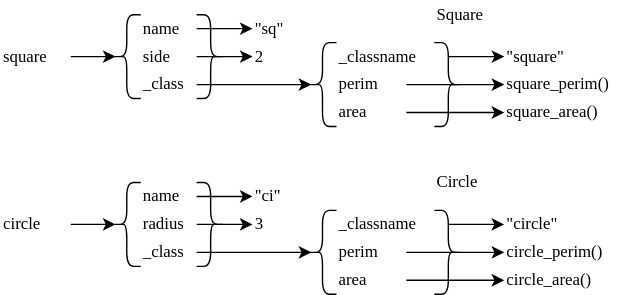
The draw.io diagram sdxpy/oop/shapes_class.svg in gvwilson/thirdbit, before a commit. Source tidied: cells renumbered, new cells last; positions are measured from the earlier drawing's top-left corner, leaving out a move shared by most shapes.
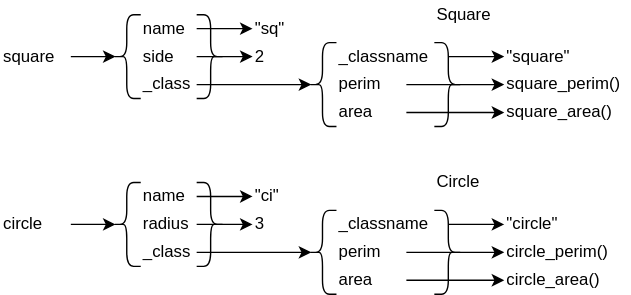
The same file after the commit.

The edit, as a diff of the source:
```diff
@@ -2,148 +2,148 @@
   <root>
     <mxCell id="0" />
     <mxCell id="1" parent="0" />
-    <mxCell id="2" value="name" style="text;html=1;strokeColor=none;fillColor=none;align=left;verticalAlign=middle;whiteSpace=wrap;rounded=0;fontFamily=Verdana;" parent="1" vertex="1">
+    <mxCell id="2" value="name" style="text;html=1;strokeColor=none;fillColor=none;align=left;verticalAlign=middle;whiteSpace=wrap;rounded=0;fontFamily=Helvetica;" parent="1" vertex="1">
       <mxGeometry x="100" y="10" width="40" height="20" as="geometry" />
     </mxCell>
-    <mxCell id="3" value="side" style="text;html=1;strokeColor=none;fillColor=none;align=left;verticalAlign=middle;whiteSpace=wrap;rounded=0;fontFamily=Verdana;" parent="1" vertex="1">
+    <mxCell id="3" value="side" style="text;html=1;strokeColor=none;fillColor=none;align=left;verticalAlign=middle;whiteSpace=wrap;rounded=0;fontFamily=Helvetica;" parent="1" vertex="1">
       <mxGeometry x="100" y="30" width="40" height="20" as="geometry" />
     </mxCell>
-    <mxCell id="4" value="perim" style="text;html=1;strokeColor=none;fillColor=none;align=left;verticalAlign=middle;whiteSpace=wrap;rounded=0;fontFamily=Verdana;" parent="1" vertex="1">
+    <mxCell id="4" value="perim" style="text;html=1;strokeColor=none;fillColor=none;align=left;verticalAlign=middle;whiteSpace=wrap;rounded=0;fontFamily=Helvetica;" parent="1" vertex="1">
       <mxGeometry x="240" y="50" width="50" height="20" as="geometry" />
     </mxCell>
-    <mxCell id="5" value="area" style="text;html=1;strokeColor=none;fillColor=none;align=left;verticalAlign=middle;whiteSpace=wrap;rounded=0;fontFamily=Verdana;" parent="1" vertex="1">
+    <mxCell id="5" value="area" style="text;html=1;strokeColor=none;fillColor=none;align=left;verticalAlign=middle;whiteSpace=wrap;rounded=0;fontFamily=Helvetica;" parent="1" vertex="1">
       <mxGeometry x="240" y="70" width="50" height="20" as="geometry" />
     </mxCell>
-    <mxCell id="6" style="shape=curlyBracket;whiteSpace=wrap;html=1;rounded=1;labelPosition=left;verticalLabelPosition=middle;align=right;verticalAlign=middle;fillColor=none;fontFamily=Verdana;" parent="1" vertex="1">
+    <mxCell id="6" style="shape=curlyBracket;whiteSpace=wrap;html=1;rounded=1;labelPosition=left;verticalLabelPosition=middle;align=right;verticalAlign=middle;fillColor=none;fontFamily=Helvetica;" parent="1" vertex="1">
       <mxGeometry x="80" y="10" width="20" height="60" as="geometry" />
     </mxCell>
-    <mxCell id="7" style="shape=curlyBracket;whiteSpace=wrap;html=1;rounded=1;flipH=1;labelPosition=right;verticalLabelPosition=middle;align=left;verticalAlign=middle;fillColor=none;fontFamily=Verdana;" parent="1" vertex="1">
+    <mxCell id="7" style="shape=curlyBracket;whiteSpace=wrap;html=1;rounded=1;flipH=1;labelPosition=right;verticalLabelPosition=middle;align=left;verticalAlign=middle;fillColor=none;fontFamily=Helvetica;" parent="1" vertex="1">
       <mxGeometry x="140" y="10" width="20" height="60" as="geometry" />
     </mxCell>
-    <mxCell id="8" value="square" style="text;html=1;strokeColor=none;fillColor=none;align=left;verticalAlign=middle;whiteSpace=wrap;rounded=0;fontFamily=Verdana;" parent="1" vertex="1">
+    <mxCell id="8" value="square" style="text;html=1;strokeColor=none;fillColor=none;align=left;verticalAlign=middle;whiteSpace=wrap;rounded=0;fontFamily=Helvetica;" parent="1" vertex="1">
       <mxGeometry y="30" width="50" height="20" as="geometry" />
     </mxCell>
-    <mxCell id="9" style="endArrow=classic;html=1;rounded=0;exitX=1;exitY=0.5;exitDx=0;exitDy=0;entryX=0.1;entryY=0.5;entryDx=0;entryDy=0;entryPerimeter=0;fontFamily=Verdana;" parent="1" edge="1" source="8" target="6">
+    <mxCell id="9" style="endArrow=classic;html=1;rounded=0;exitX=1;exitY=0.5;exitDx=0;exitDy=0;entryX=0.1;entryY=0.5;entryDx=0;entryDy=0;entryPerimeter=0;fontFamily=Helvetica;" parent="1" edge="1" source="8" target="6">
       <mxGeometry relative="1" as="geometry" />
     </mxCell>
-    <mxCell id="10" value="&quot;sq&quot;" style="text;html=1;strokeColor=none;fillColor=none;align=left;verticalAlign=middle;whiteSpace=wrap;rounded=0;fontFamily=Verdana;" parent="1" vertex="1">
+    <mxCell id="10" value="&quot;sq&quot;" style="text;html=1;strokeColor=none;fillColor=none;align=left;verticalAlign=middle;whiteSpace=wrap;rounded=0;fontFamily=Helvetica;" parent="1" vertex="1">
       <mxGeometry x="180" y="10" width="60" height="20" as="geometry" />
     </mxCell>
-    <mxCell id="11" value="2" style="text;html=1;strokeColor=none;fillColor=none;align=left;verticalAlign=middle;whiteSpace=wrap;rounded=0;fontFamily=Verdana;" parent="1" vertex="1">
+    <mxCell id="11" value="2" style="text;html=1;strokeColor=none;fillColor=none;align=left;verticalAlign=middle;whiteSpace=wrap;rounded=0;fontFamily=Helvetica;" parent="1" vertex="1">
       <mxGeometry x="180" y="30" width="60" height="20" as="geometry" />
     </mxCell>
-    <mxCell id="12" style="endArrow=classic;html=1;rounded=0;entryX=0;entryY=0.5;entryDx=0;entryDy=0;exitX=1;exitY=0.5;exitDx=0;exitDy=0;fontFamily=Verdana;" parent="1" edge="1" source="2" target="10">
+    <mxCell id="12" style="endArrow=classic;html=1;rounded=0;entryX=0;entryY=0.5;entryDx=0;entryDy=0;exitX=1;exitY=0.5;exitDx=0;exitDy=0;fontFamily=Helvetica;" parent="1" edge="1" source="2" target="10">
       <mxGeometry relative="1" as="geometry" />
     </mxCell>
-    <mxCell id="13" style="endArrow=classic;html=1;rounded=0;entryX=0;entryY=0.5;entryDx=0;entryDy=0;exitX=1;exitY=0.5;exitDx=0;exitDy=0;fontFamily=Verdana;" parent="1" edge="1" source="3" target="11">
+    <mxCell id="13" style="endArrow=classic;html=1;rounded=0;entryX=0;entryY=0.5;entryDx=0;entryDy=0;exitX=1;exitY=0.5;exitDx=0;exitDy=0;fontFamily=Helvetica;" parent="1" edge="1" source="3" target="11">
       <mxGeometry relative="1" as="geometry" />
     </mxCell>
-    <mxCell id="14" value="square_perim()" style="text;html=1;strokeColor=none;fillColor=none;align=left;verticalAlign=middle;whiteSpace=wrap;rounded=0;fontFamily=Verdana;" parent="1" vertex="1">
+    <mxCell id="14" value="square_perim()" style="text;html=1;strokeColor=none;fillColor=none;align=left;verticalAlign=middle;whiteSpace=wrap;rounded=0;fontFamily=Helvetica;" parent="1" vertex="1">
       <mxGeometry x="360" y="50" width="90" height="20" as="geometry" />
     </mxCell>
-    <mxCell id="15" value="square_area()" style="text;html=1;strokeColor=none;fillColor=none;align=left;verticalAlign=middle;whiteSpace=wrap;rounded=0;fontFamily=Verdana;" parent="1" vertex="1">
+    <mxCell id="15" value="square_area()" style="text;html=1;strokeColor=none;fillColor=none;align=left;verticalAlign=middle;whiteSpace=wrap;rounded=0;fontFamily=Helvetica;" parent="1" vertex="1">
       <mxGeometry x="360" y="70" width="90" height="20" as="geometry" />
     </mxCell>
-    <mxCell id="16" style="endArrow=classic;html=1;rounded=0;entryX=0;entryY=0.5;entryDx=0;entryDy=0;exitX=1;exitY=0.5;exitDx=0;exitDy=0;fontFamily=Verdana;" parent="1" edge="1" source="4" target="14">
+    <mxCell id="16" style="endArrow=classic;html=1;rounded=0;entryX=0;entryY=0.5;entryDx=0;entryDy=0;exitX=1;exitY=0.5;exitDx=0;exitDy=0;fontFamily=Helvetica;" parent="1" edge="1" source="4" target="14">
       <mxGeometry relative="1" as="geometry" />
     </mxCell>
-    <mxCell id="17" style="endArrow=classic;html=1;rounded=0;entryX=0;entryY=0.5;entryDx=0;entryDy=0;exitX=1;exitY=0.5;exitDx=0;exitDy=0;fontFamily=Verdana;" parent="1" edge="1" source="5" target="15">
+    <mxCell id="17" style="endArrow=classic;html=1;rounded=0;entryX=0;entryY=0.5;entryDx=0;entryDy=0;exitX=1;exitY=0.5;exitDx=0;exitDy=0;fontFamily=Helvetica;" parent="1" edge="1" source="5" target="15">
       <mxGeometry relative="1" as="geometry" />
     </mxCell>
-    <mxCell id="18" value="name" style="text;html=1;strokeColor=none;fillColor=none;align=left;verticalAlign=middle;whiteSpace=wrap;rounded=0;fontFamily=Verdana;" parent="1" vertex="1">
+    <mxCell id="18" value="name" style="text;html=1;strokeColor=none;fillColor=none;align=left;verticalAlign=middle;whiteSpace=wrap;rounded=0;fontFamily=Helvetica;" parent="1" vertex="1">
       <mxGeometry x="100" y="130" width="40" height="20" as="geometry" />
     </mxCell>
-    <mxCell id="19" value="radius" style="text;html=1;strokeColor=none;fillColor=none;align=left;verticalAlign=middle;whiteSpace=wrap;rounded=0;fontFamily=Verdana;" parent="1" vertex="1">
+    <mxCell id="19" value="radius" style="text;html=1;strokeColor=none;fillColor=none;align=left;verticalAlign=middle;whiteSpace=wrap;rounded=0;fontFamily=Helvetica;" parent="1" vertex="1">
       <mxGeometry x="100" y="150" width="40" height="20" as="geometry" />
     </mxCell>
-    <mxCell id="20" value="perim" style="text;html=1;strokeColor=none;fillColor=none;align=left;verticalAlign=middle;whiteSpace=wrap;rounded=0;fontFamily=Verdana;" parent="1" vertex="1">
+    <mxCell id="20" value="perim" style="text;html=1;strokeColor=none;fillColor=none;align=left;verticalAlign=middle;whiteSpace=wrap;rounded=0;fontFamily=Helvetica;" parent="1" vertex="1">
       <mxGeometry x="240" y="170" width="50" height="20" as="geometry" />
     </mxCell>
-    <mxCell id="21" value="area" style="text;html=1;strokeColor=none;fillColor=none;align=left;verticalAlign=middle;whiteSpace=wrap;rounded=0;fontFamily=Verdana;" parent="1" vertex="1">
+    <mxCell id="21" value="area" style="text;html=1;strokeColor=none;fillColor=none;align=left;verticalAlign=middle;whiteSpace=wrap;rounded=0;fontFamily=Helvetica;" parent="1" vertex="1">
       <mxGeometry x="240" y="190" width="50" height="20" as="geometry" />
     </mxCell>
-    <mxCell id="22" style="shape=curlyBracket;whiteSpace=wrap;html=1;rounded=1;labelPosition=left;verticalLabelPosition=middle;align=right;verticalAlign=middle;fillColor=none;fontFamily=Verdana;" parent="1" vertex="1">
+    <mxCell id="22" style="shape=curlyBracket;whiteSpace=wrap;html=1;rounded=1;labelPosition=left;verticalLabelPosition=middle;align=right;verticalAlign=middle;fillColor=none;fontFamily=Helvetica;" parent="1" vertex="1">
       <mxGeometry x="80" y="130" width="20" height="60" as="geometry" />
     </mxCell>
-    <mxCell id="23" style="shape=curlyBracket;whiteSpace=wrap;html=1;rounded=1;flipH=1;labelPosition=right;verticalLabelPosition=middle;align=left;verticalAlign=middle;fillColor=none;fontFamily=Verdana;" parent="1" vertex="1">
+    <mxCell id="23" style="shape=curlyBracket;whiteSpace=wrap;html=1;rounded=1;flipH=1;labelPosition=right;verticalLabelPosition=middle;align=left;verticalAlign=middle;fillColor=none;fontFamily=Helvetica;" parent="1" vertex="1">
       <mxGeometry x="140" y="130" width="20" height="60" as="geometry" />
     </mxCell>
-    <mxCell id="24" value="circle" style="text;html=1;strokeColor=none;fillColor=none;align=left;verticalAlign=middle;whiteSpace=wrap;rounded=0;fontFamily=Verdana;" parent="1" vertex="1">
+    <mxCell id="24" value="circle" style="text;html=1;strokeColor=none;fillColor=none;align=left;verticalAlign=middle;whiteSpace=wrap;rounded=0;fontFamily=Helvetica;" parent="1" vertex="1">
       <mxGeometry y="150" width="50" height="20" as="geometry" />
     </mxCell>
-    <mxCell id="25" style="endArrow=classic;html=1;rounded=0;exitX=1;exitY=0.5;exitDx=0;exitDy=0;entryX=0.1;entryY=0.5;entryDx=0;entryDy=0;entryPerimeter=0;fontFamily=Verdana;" parent="1" edge="1" source="24" target="22">
+    <mxCell id="25" style="endArrow=classic;html=1;rounded=0;exitX=1;exitY=0.5;exitDx=0;exitDy=0;entryX=0.1;entryY=0.5;entryDx=0;entryDy=0;entryPerimeter=0;fontFamily=Helvetica;" parent="1" edge="1" source="24" target="22">
       <mxGeometry relative="1" as="geometry" />
     </mxCell>
-    <mxCell id="26" value="&quot;ci&quot;" style="text;html=1;strokeColor=none;fillColor=none;align=left;verticalAlign=middle;whiteSpace=wrap;rounded=0;fontFamily=Verdana;" parent="1" vertex="1">
+    <mxCell id="26" value="&quot;ci&quot;" style="text;html=1;strokeColor=none;fillColor=none;align=left;verticalAlign=middle;whiteSpace=wrap;rounded=0;fontFamily=Helvetica;" parent="1" vertex="1">
       <mxGeometry x="180" y="130" width="60" height="20" as="geometry" />
     </mxCell>
-    <mxCell id="27" value="3" style="text;html=1;strokeColor=none;fillColor=none;align=left;verticalAlign=middle;whiteSpace=wrap;rounded=0;fontFamily=Verdana;" parent="1" vertex="1">
+    <mxCell id="27" value="3" style="text;html=1;strokeColor=none;fillColor=none;align=left;verticalAlign=middle;whiteSpace=wrap;rounded=0;fontFamily=Helvetica;" parent="1" vertex="1">
       <mxGeometry x="180" y="150" width="60" height="20" as="geometry" />
     </mxCell>
-    <mxCell id="28" style="endArrow=classic;html=1;rounded=0;entryX=0;entryY=0.5;entryDx=0;entryDy=0;exitX=1;exitY=0.5;exitDx=0;exitDy=0;fontFamily=Verdana;" parent="1" edge="1" source="18" target="26">
+    <mxCell id="28" style="endArrow=classic;html=1;rounded=0;entryX=0;entryY=0.5;entryDx=0;entryDy=0;exitX=1;exitY=0.5;exitDx=0;exitDy=0;fontFamily=Helvetica;" parent="1" edge="1" source="18" target="26">
       <mxGeometry relative="1" as="geometry" />
     </mxCell>
-    <mxCell id="29" style="endArrow=classic;html=1;rounded=0;entryX=0;entryY=0.5;entryDx=0;entryDy=0;exitX=1;exitY=0.5;exitDx=0;exitDy=0;fontFamily=Verdana;" parent="1" edge="1" source="19" target="27">
+    <mxCell id="29" style="endArrow=classic;html=1;rounded=0;entryX=0;entryY=0.5;entryDx=0;entryDy=0;exitX=1;exitY=0.5;exitDx=0;exitDy=0;fontFamily=Helvetica;" parent="1" edge="1" source="19" target="27">
       <mxGeometry relative="1" as="geometry" />
     </mxCell>
-    <mxCell id="30" value="circle_perim()" style="text;html=1;strokeColor=none;fillColor=none;align=left;verticalAlign=middle;whiteSpace=wrap;rounded=0;fontFamily=Verdana;" parent="1" vertex="1">
+    <mxCell id="30" value="circle_perim()" style="text;html=1;strokeColor=none;fillColor=none;align=left;verticalAlign=middle;whiteSpace=wrap;rounded=0;fontFamily=Helvetica;" parent="1" vertex="1">
       <mxGeometry x="360" y="170" width="90" height="20" as="geometry" />
     </mxCell>
-    <mxCell id="31" value="circle_area()" style="text;html=1;strokeColor=none;fillColor=none;align=left;verticalAlign=middle;whiteSpace=wrap;rounded=0;fontFamily=Verdana;" parent="1" vertex="1">
+    <mxCell id="31" value="circle_area()" style="text;html=1;strokeColor=none;fillColor=none;align=left;verticalAlign=middle;whiteSpace=wrap;rounded=0;fontFamily=Helvetica;" parent="1" vertex="1">
       <mxGeometry x="360" y="190" width="90" height="20" as="geometry" />
     </mxCell>
-    <mxCell id="32" style="endArrow=classic;html=1;rounded=0;entryX=0;entryY=0.5;entryDx=0;entryDy=0;exitX=1;exitY=0.5;exitDx=0;exitDy=0;fontFamily=Verdana;" parent="1" edge="1" source="20" target="30">
+    <mxCell id="32" style="endArrow=classic;html=1;rounded=0;entryX=0;entryY=0.5;entryDx=0;entryDy=0;exitX=1;exitY=0.5;exitDx=0;exitDy=0;fontFamily=Helvetica;" parent="1" edge="1" source="20" target="30">
       <mxGeometry relative="1" as="geometry" />
     </mxCell>
-    <mxCell id="33" style="endArrow=classic;html=1;rounded=0;entryX=0;entryY=0.5;entryDx=0;entryDy=0;exitX=1;exitY=0.5;exitDx=0;exitDy=0;fontFamily=Verdana;" parent="1" edge="1" source="21" target="31">
+    <mxCell id="33" style="endArrow=classic;html=1;rounded=0;entryX=0;entryY=0.5;entryDx=0;entryDy=0;exitX=1;exitY=0.5;exitDx=0;exitDy=0;fontFamily=Helvetica;" parent="1" edge="1" source="21" target="31">
       <mxGeometry relative="1" as="geometry" />
     </mxCell>
-    <mxCell id="34" value="_class" style="text;html=1;strokeColor=none;fillColor=none;align=left;verticalAlign=middle;whiteSpace=wrap;rounded=0;fontFamily=Verdana;" parent="1" vertex="1">
+    <mxCell id="34" value="_class" style="text;html=1;strokeColor=none;fillColor=none;align=left;verticalAlign=middle;whiteSpace=wrap;rounded=0;fontFamily=Helvetica;" parent="1" vertex="1">
       <mxGeometry x="100" y="50" width="40" height="20" as="geometry" />
     </mxCell>
-    <mxCell id="35" value="_class" style="text;html=1;strokeColor=none;fillColor=none;align=left;verticalAlign=middle;whiteSpace=wrap;rounded=0;fontFamily=Verdana;" parent="1" vertex="1">
+    <mxCell id="35" value="_class" style="text;html=1;strokeColor=none;fillColor=none;align=left;verticalAlign=middle;whiteSpace=wrap;rounded=0;fontFamily=Helvetica;" parent="1" vertex="1">
       <mxGeometry x="100" y="170" width="40" height="20" as="geometry" />
     </mxCell>
-    <mxCell id="36" value="_classname" style="text;html=1;strokeColor=none;fillColor=none;align=left;verticalAlign=middle;whiteSpace=wrap;rounded=0;fontFamily=Verdana;" parent="1" vertex="1">
+    <mxCell id="36" value="_classname" style="text;html=1;strokeColor=none;fillColor=none;align=left;verticalAlign=middle;whiteSpace=wrap;rounded=0;fontFamily=Helvetica;" parent="1" vertex="1">
       <mxGeometry x="240" y="30" width="80" height="20" as="geometry" />
     </mxCell>
-    <mxCell id="37" value="&quot;square&quot;" style="text;html=1;strokeColor=none;fillColor=none;align=left;verticalAlign=middle;whiteSpace=wrap;rounded=0;fontFamily=Verdana;" parent="1" vertex="1">
+    <mxCell id="37" value="&quot;square&quot;" style="text;html=1;strokeColor=none;fillColor=none;align=left;verticalAlign=middle;whiteSpace=wrap;rounded=0;fontFamily=Helvetica;" parent="1" vertex="1">
       <mxGeometry x="360" y="30" width="90" height="20" as="geometry" />
     </mxCell>
-    <mxCell id="38" style="endArrow=classic;html=1;rounded=0;entryX=0;entryY=0.5;entryDx=0;entryDy=0;exitX=1;exitY=0.5;exitDx=0;exitDy=0;startArrow=none;fontFamily=Verdana;" parent="1" edge="1" source="36" target="37">
+    <mxCell id="38" style="endArrow=classic;html=1;rounded=0;entryX=0;entryY=0.5;entryDx=0;entryDy=0;exitX=1;exitY=0.5;exitDx=0;exitDy=0;startArrow=none;fontFamily=Helvetica;" parent="1" edge="1" source="36" target="37">
       <mxGeometry relative="1" as="geometry" />
     </mxCell>
-    <mxCell id="39" value="_classname" style="text;html=1;strokeColor=none;fillColor=none;align=left;verticalAlign=middle;whiteSpace=wrap;rounded=0;fontFamily=Verdana;" parent="1" vertex="1">
+    <mxCell id="39" value="_classname" style="text;html=1;strokeColor=none;fillColor=none;align=left;verticalAlign=middle;whiteSpace=wrap;rounded=0;fontFamily=Helvetica;" parent="1" vertex="1">
       <mxGeometry x="240" y="150" width="80" height="20" as="geometry" />
     </mxCell>
-    <mxCell id="40" value="&quot;circle&quot;" style="text;html=1;strokeColor=none;fillColor=none;align=left;verticalAlign=middle;whiteSpace=wrap;rounded=0;fontFamily=Verdana;" parent="1" vertex="1">
+    <mxCell id="40" value="&quot;circle&quot;" style="text;html=1;strokeColor=none;fillColor=none;align=left;verticalAlign=middle;whiteSpace=wrap;rounded=0;fontFamily=Helvetica;" parent="1" vertex="1">
       <mxGeometry x="360" y="150" width="90" height="20" as="geometry" />
     </mxCell>
-    <mxCell id="41" style="endArrow=classic;html=1;rounded=0;entryX=0;entryY=0.5;entryDx=0;entryDy=0;exitX=1;exitY=0.5;exitDx=0;exitDy=0;startArrow=none;fontFamily=Verdana;" parent="1" edge="1" source="39" target="40">
+    <mxCell id="41" style="endArrow=classic;html=1;rounded=0;entryX=0;entryY=0.5;entryDx=0;entryDy=0;exitX=1;exitY=0.5;exitDx=0;exitDy=0;startArrow=none;fontFamily=Helvetica;" parent="1" edge="1" source="39" target="40">
       <mxGeometry relative="1" as="geometry" />
     </mxCell>
-    <mxCell id="42" style="shape=curlyBracket;whiteSpace=wrap;html=1;rounded=1;labelPosition=left;verticalLabelPosition=middle;align=right;verticalAlign=middle;fillColor=none;fontFamily=Verdana;" parent="1" vertex="1">
+    <mxCell id="42" style="shape=curlyBracket;whiteSpace=wrap;html=1;rounded=1;labelPosition=left;verticalLabelPosition=middle;align=right;verticalAlign=middle;fillColor=none;fontFamily=Helvetica;" parent="1" vertex="1">
       <mxGeometry x="220" y="30" width="20" height="60" as="geometry" />
     </mxCell>
-    <mxCell id="43" style="shape=curlyBracket;whiteSpace=wrap;html=1;rounded=1;labelPosition=left;verticalLabelPosition=middle;align=right;verticalAlign=middle;fillColor=none;fontFamily=Verdana;" parent="1" vertex="1">
+    <mxCell id="43" style="shape=curlyBracket;whiteSpace=wrap;html=1;rounded=1;labelPosition=left;verticalLabelPosition=middle;align=right;verticalAlign=middle;fillColor=none;fontFamily=Helvetica;" parent="1" vertex="1">
       <mxGeometry x="220" y="150" width="20" height="60" as="geometry" />
     </mxCell>
-    <mxCell id="44" style="endArrow=classic;html=1;rounded=0;exitX=1;exitY=0.5;exitDx=0;exitDy=0;entryX=0.1;entryY=0.5;entryDx=0;entryDy=0;entryPerimeter=0;fontFamily=Verdana;" parent="1" edge="1" source="34" target="42">
+    <mxCell id="44" style="endArrow=classic;html=1;rounded=0;exitX=1;exitY=0.5;exitDx=0;exitDy=0;entryX=0.1;entryY=0.5;entryDx=0;entryDy=0;entryPerimeter=0;fontFamily=Helvetica;" parent="1" edge="1" source="34" target="42">
       <mxGeometry relative="1" as="geometry" />
     </mxCell>
-    <mxCell id="45" style="endArrow=classic;html=1;rounded=0;exitX=1;exitY=0.5;exitDx=0;exitDy=0;entryX=0.1;entryY=0.5;entryDx=0;entryDy=0;entryPerimeter=0;fontFamily=Verdana;" parent="1" edge="1" source="35" target="43">
+    <mxCell id="45" style="endArrow=classic;html=1;rounded=0;exitX=1;exitY=0.5;exitDx=0;exitDy=0;entryX=0.1;entryY=0.5;entryDx=0;entryDy=0;entryPerimeter=0;fontFamily=Helvetica;" parent="1" edge="1" source="35" target="43">
       <mxGeometry relative="1" as="geometry" />
     </mxCell>
-    <mxCell id="46" value="Square" style="text;html=1;strokeColor=none;fillColor=none;align=left;verticalAlign=middle;whiteSpace=wrap;rounded=0;fontFamily=Verdana;" parent="1" vertex="1">
+    <mxCell id="46" value="Square" style="text;html=1;strokeColor=none;fillColor=none;align=left;verticalAlign=middle;whiteSpace=wrap;rounded=0;fontFamily=Helvetica;" parent="1" vertex="1">
       <mxGeometry x="310" width="50" height="20" as="geometry" />
     </mxCell>
-    <mxCell id="47" value="Circle" style="text;html=1;strokeColor=none;fillColor=none;align=left;verticalAlign=middle;whiteSpace=wrap;rounded=0;fontFamily=Verdana;" parent="1" vertex="1">
+    <mxCell id="47" value="Circle" style="text;html=1;strokeColor=none;fillColor=none;align=left;verticalAlign=middle;whiteSpace=wrap;rounded=0;fontFamily=Helvetica;" parent="1" vertex="1">
       <mxGeometry x="310" y="120" width="50" height="20" as="geometry" />
     </mxCell>
-    <mxCell id="48" style="shape=curlyBracket;whiteSpace=wrap;html=1;rounded=1;flipH=1;labelPosition=right;verticalLabelPosition=middle;align=left;verticalAlign=middle;fillColor=none;fontFamily=Verdana;" parent="1" vertex="1">
+    <mxCell id="48" style="shape=curlyBracket;whiteSpace=wrap;html=1;rounded=1;flipH=1;labelPosition=right;verticalLabelPosition=middle;align=left;verticalAlign=middle;fillColor=none;fontFamily=Helvetica;" parent="1" vertex="1">
       <mxGeometry x="310" y="150" width="20" height="60" as="geometry" />
     </mxCell>
-    <mxCell id="49" style="shape=curlyBracket;whiteSpace=wrap;html=1;rounded=1;flipH=1;labelPosition=right;verticalLabelPosition=middle;align=left;verticalAlign=middle;fillColor=none;fontFamily=Verdana;" parent="1" vertex="1">
+    <mxCell id="49" style="shape=curlyBracket;whiteSpace=wrap;html=1;rounded=1;flipH=1;labelPosition=right;verticalLabelPosition=middle;align=left;verticalAlign=middle;fillColor=none;fontFamily=Helvetica;" parent="1" vertex="1">
       <mxGeometry x="310" y="30" width="20" height="60" as="geometry" />
     </mxCell>
   </root>
```
